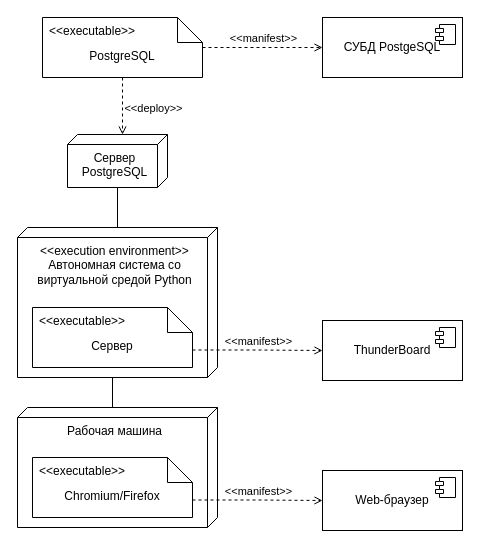
Earlier version of the draw.io diagram docs/raw_diagrams/deployment.drawio (aVorotnikov/thunder_board). Source tidied: cells renumbered, new cells numbered last; positions are measured from the earlier drawing's top-left corner, leaving out a move shared by most shapes. Both pictures are drawn from the tidied source at 100%, with x=0, y=0 at pixel (17, 17).
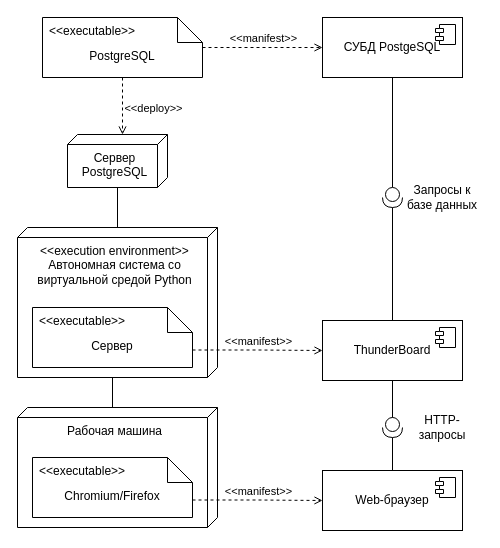
After the change.

Commit message (it also covers changes not shown here):
Добавлены интерфейсы компонентов

The change refers to these unchanged cells:
```xml
<mxCell id="6" value="СУБД PostgeSQL" style="html=1;whiteSpace=wrap;" parent="1" vertex="1">
  <mxGeometry x="305" width="140" height="60" as="geometry" />
</mxCell>
<mxCell id="15" value="ThunderBoard" style="html=1;whiteSpace=wrap;" parent="1" vertex="1">
  <mxGeometry x="305" y="303" width="140" height="60" as="geometry" />
</mxCell>
<mxCell id="23" value="Web-браузер" style="html=1;whiteSpace=wrap;" parent="1" vertex="1">
  <mxGeometry x="305" y="453" width="140" height="60" as="geometry" />
</mxCell>
```

The edit, as a diff of the source:
```diff
@@
+    <mxCell id="27" style="edgeStyle=orthogonalEdgeStyle;rounded=0;jettySize=auto;html=1;endArrow=none;endFill=0;" parent="1" edge="1" source="28" target="23">
+      <mxGeometry relative="1" as="geometry" />
+    </mxCell>
+    <mxCell id="28" style="shape=providedRequiredInterface;html=1;verticalLabelPosition=bottom;sketch=0;direction=south;" parent="1" vertex="1">
+      <mxGeometry x="365" y="400" width="20" height="20" as="geometry" />
+    </mxCell>
+    <mxCell id="29" style="edgeStyle=orthogonalEdgeStyle;rounded=0;jettySize=auto;html=1;endArrow=none;endFill=0;exitX=0.5;exitY=1;exitDx=0;exitDy=0;entryX=0;entryY=0.5;entryDx=0;entryDy=0;entryPerimeter=0;" parent="1" edge="1" source="15" target="28">
+      <mxGeometry relative="1" as="geometry" />
+    </mxCell>
+    <mxCell id="30" style="edgeStyle=orthogonalEdgeStyle;rounded=0;jettySize=auto;html=1;endArrow=none;endFill=0;exitX=0.5;exitY=1;exitDx=0;exitDy=0;entryX=0;entryY=0.5;entryDx=0;entryDy=0;entryPerimeter=0;" parent="1" edge="1" source="6" target="31">
+      <mxGeometry relative="1" as="geometry" />
+    </mxCell>
+    <mxCell id="31" style="shape=providedRequiredInterface;html=1;verticalLabelPosition=bottom;sketch=0;direction=south;" parent="1" vertex="1">
+      <mxGeometry x="365" y="170" width="20" height="20" as="geometry" />
+    </mxCell>
+    <mxCell id="32" style="edgeStyle=orthogonalEdgeStyle;rounded=0;jettySize=auto;html=1;endArrow=none;endFill=0;exitX=1;exitY=0.5;exitDx=0;exitDy=0;exitPerimeter=0;entryX=0.5;entryY=0;entryDx=0;entryDy=0;" parent="1" edge="1" source="31" target="15">
+      <mxGeometry relative="1" as="geometry" />
+    </mxCell>
+    <mxCell id="33" value="Запросы к базе данных" style="text;html=1;strokeColor=none;fillColor=none;align=center;verticalAlign=middle;whiteSpace=wrap;rounded=0;" parent="1" vertex="1">
+      <mxGeometry x="385" y="165" width="80" height="30" as="geometry" />
+    </mxCell>
+    <mxCell id="34" value="HTTP-запросы" style="text;html=1;strokeColor=none;fillColor=none;align=center;verticalAlign=middle;whiteSpace=wrap;rounded=0;" parent="1" vertex="1">
+      <mxGeometry x="385" y="395" width="80" height="30" as="geometry" />
+    </mxCell>
```
